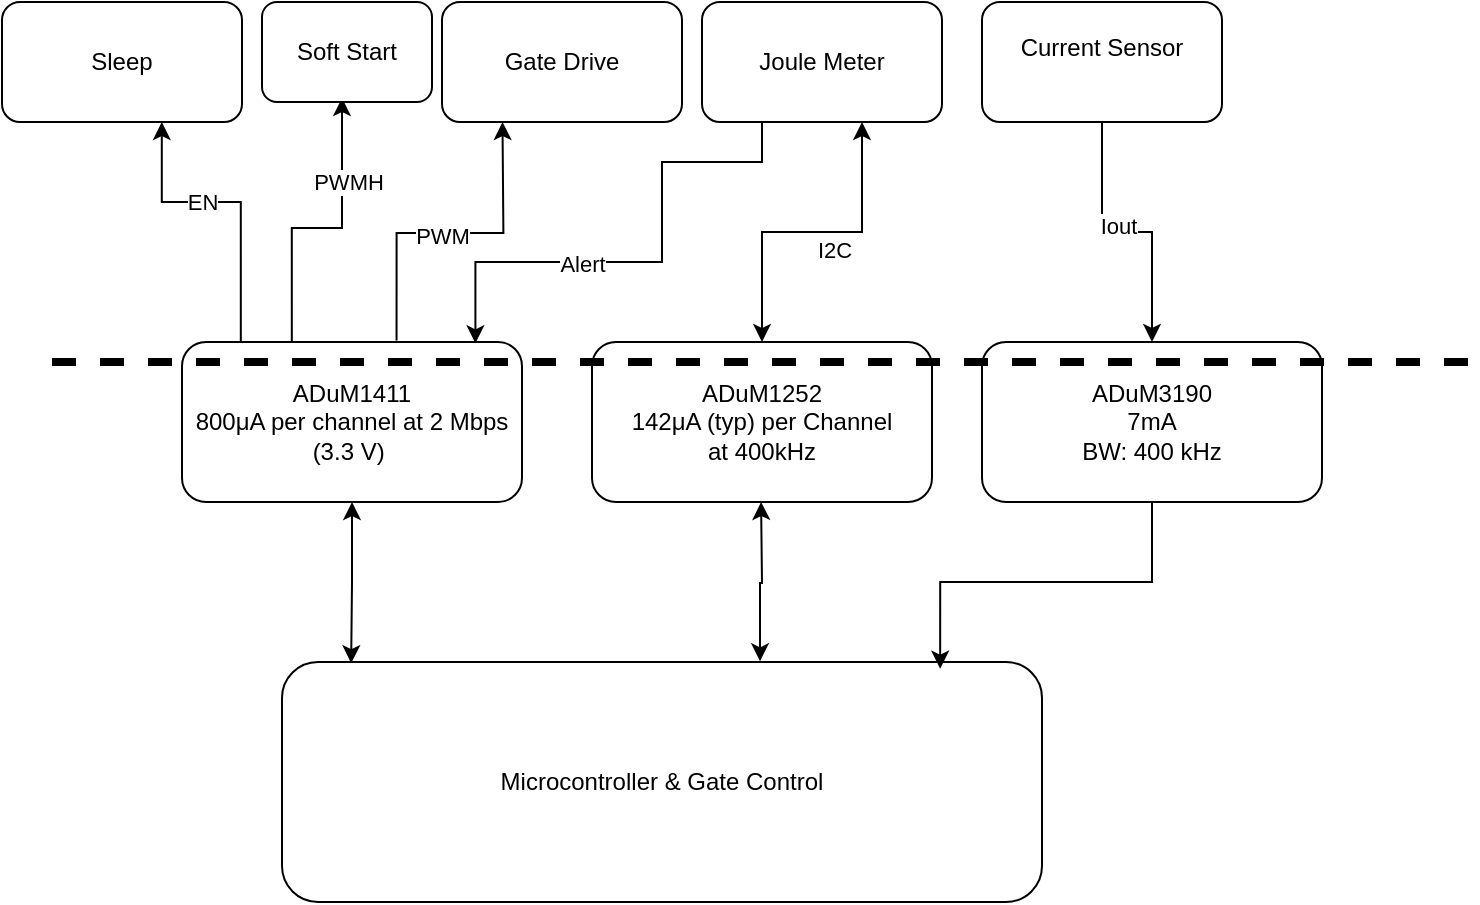
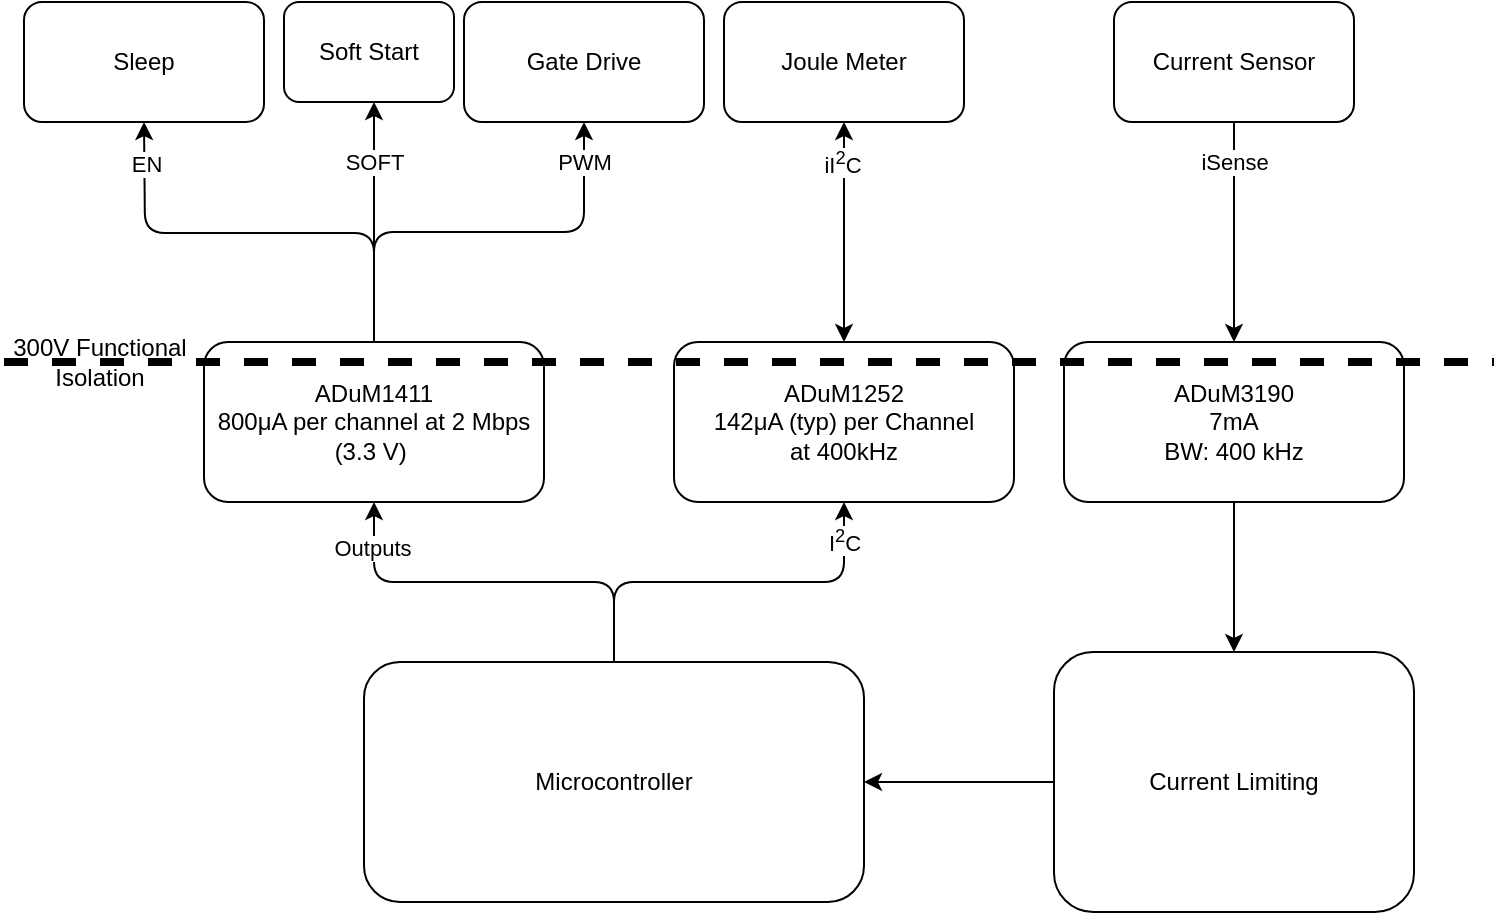
- <mxfile host="Electron" agent="Mozilla/5.0 (Windows NT 10.0; Win64; x64) AppleWebKit/537.36 (KHTML, like Gecko) draw.io/29.0.3 Chrome/140.0.7339.249 Electron/38.7.0 Safari/537.36" version="29.0.3">
+ <mxfile host="Electron" agent="Mozilla/5.0 (Windows NT 10.0; Win64; x64) AppleWebKit/537.36 (KHTML, like Gecko) draw.io/29.3.0 Chrome/140.0.7339.249 Electron/38.7.2 Safari/537.36" version="29.3.0">
  <diagram name="Page-1" id="d5h94j7oxQUs26A81DKD">
-     <mxGraphModel dx="1426" dy="883" grid="1" gridSize="10" guides="1" tooltips="1" connect="1" arrows="1" fold="1" page="1" pageScale="1" pageWidth="827" pageHeight="1169" math="0" shadow="0">
+     <mxGraphModel dx="2253" dy="849" grid="1" gridSize="10" guides="1" tooltips="1" connect="1" arrows="1" fold="1" page="1" pageScale="1" pageWidth="827" pageHeight="1169" math="0" shadow="0">
      <root>
        <mxCell id="0" />
        <mxCell id="1" parent="0" />
-         <mxCell id="Bap70pfjqkTkLz9fhn7Z-5" style="edgeStyle=orthogonalEdgeStyle;rounded=0;orthogonalLoop=1;jettySize=auto;html=1;startArrow=classic;startFill=1;endArrow=none;endFill=0;entryX=0.323;entryY=0.025;entryDx=0;entryDy=0;entryPerimeter=0;" parent="1" edge="1">
-           <mxGeometry relative="1" as="geometry">
-             <mxPoint x="154.90999999999997" y="280" as="targetPoint" />
-             <mxPoint x="180" y="158" as="sourcePoint" />
-             <Array as="points">
-               <mxPoint x="180" y="223" />
-               <mxPoint x="155" y="223" />
-             </Array>
+         <mxCell id="Bap70pfjqkTkLz9fhn7Z-1" parent="1" style="rounded=1;whiteSpace=wrap;html=1;" value="Gate Drive" vertex="1">
+           <mxGeometry height="60" width="120" x="230" y="110" as="geometry" />
+         </mxCell>
+         <mxCell id="Bap70pfjqkTkLz9fhn7Z-2" parent="1" style="rounded=1;whiteSpace=wrap;html=1;" value="Joule Meter" vertex="1">
+           <mxGeometry height="60" width="120" x="360" y="110" as="geometry" />
+         </mxCell>
+         <mxCell id="Z7SH0lhjaOZIUjsoZ9Or-9" edge="1" parent="1" source="Bap70pfjqkTkLz9fhn7Z-3" style="edgeStyle=orthogonalEdgeStyle;rounded=0;orthogonalLoop=1;jettySize=auto;html=1;" target="Bap70pfjqkTkLz9fhn7Z-26">
+           <mxGeometry relative="1" as="geometry" />
+         </mxCell>
+         <mxCell id="Z7SH0lhjaOZIUjsoZ9Or-17" connectable="0" parent="Z7SH0lhjaOZIUjsoZ9Or-9" style="edgeLabel;html=1;align=center;verticalAlign=middle;resizable=0;points=[];" value="iSense" vertex="1">
+           <mxGeometry relative="1" x="-0.6436" as="geometry">
+             <mxPoint as="offset" />
          </mxGeometry>
        </mxCell>
-         <mxCell id="Bap70pfjqkTkLz9fhn7Z-7" value="PWMH" style="edgeLabel;html=1;align=center;verticalAlign=middle;resizable=0;points=[];" parent="Bap70pfjqkTkLz9fhn7Z-5" vertex="1" connectable="0">
-           <mxGeometry x="0.1031" y="1" relative="1" as="geometry">
-             <mxPoint x="19" y="-24" as="offset" />
+         <mxCell id="Bap70pfjqkTkLz9fhn7Z-3" parent="1" style="rounded=1;whiteSpace=wrap;html=1;" value="Current Sensor" vertex="1">
+           <mxGeometry height="60" width="120" x="555" y="110" as="geometry" />
+         </mxCell>
+         <mxCell id="Bap70pfjqkTkLz9fhn7Z-11" parent="1" style="rounded=1;whiteSpace=wrap;html=1;" value="Sleep" vertex="1">
+           <mxGeometry height="60" width="120" x="10" y="110" as="geometry" />
+         </mxCell>
+         <mxCell id="Z7SH0lhjaOZIUjsoZ9Or-1" edge="1" parent="1" source="Bap70pfjqkTkLz9fhn7Z-16" style="edgeStyle=orthogonalEdgeStyle;rounded=1;orthogonalLoop=1;jettySize=auto;html=1;exitX=0.5;exitY=0;exitDx=0;exitDy=0;curved=0;">
+           <mxGeometry relative="1" as="geometry">
+             <mxPoint x="70" y="170" as="targetPoint" />
          </mxGeometry>
        </mxCell>
-         <mxCell id="Bap70pfjqkTkLz9fhn7Z-1" value="Gate Drive" style="rounded=1;whiteSpace=wrap;html=1;" parent="1" vertex="1">
-           <mxGeometry x="230" y="110" width="120" height="60" as="geometry" />
-         </mxCell>
-         <mxCell id="Bap70pfjqkTkLz9fhn7Z-2" value="Joule Meter" style="rounded=1;whiteSpace=wrap;html=1;" parent="1" vertex="1">
-           <mxGeometry x="360" y="110" width="120" height="60" as="geometry" />
-         </mxCell>
-         <mxCell id="Bap70pfjqkTkLz9fhn7Z-14" style="edgeStyle=orthogonalEdgeStyle;rounded=0;orthogonalLoop=1;jettySize=auto;html=1;entryX=0.5;entryY=0;entryDx=0;entryDy=0;" parent="1" source="Bap70pfjqkTkLz9fhn7Z-3" target="Bap70pfjqkTkLz9fhn7Z-26" edge="1">
-           <mxGeometry relative="1" as="geometry">
-             <mxPoint x="560" y="240" as="targetPoint" />
+         <mxCell id="Z7SH0lhjaOZIUjsoZ9Or-14" connectable="0" parent="Z7SH0lhjaOZIUjsoZ9Or-1" style="edgeLabel;html=1;align=center;verticalAlign=middle;resizable=0;points=[];" value="EN" vertex="1">
+           <mxGeometry relative="1" x="0.8176" y="-1" as="geometry">
+             <mxPoint as="offset" />
          </mxGeometry>
        </mxCell>
-         <mxCell id="Bap70pfjqkTkLz9fhn7Z-15" value="Iout" style="edgeLabel;html=1;align=center;verticalAlign=middle;resizable=0;points=[];" parent="Bap70pfjqkTkLz9fhn7Z-14" vertex="1" connectable="0">
-           <mxGeometry x="-0.0256" y="3" relative="1" as="geometry">
-             <mxPoint x="-3" as="offset" />
+         <mxCell id="Z7SH0lhjaOZIUjsoZ9Or-2" edge="1" parent="1" source="Bap70pfjqkTkLz9fhn7Z-16" style="edgeStyle=orthogonalEdgeStyle;rounded=1;orthogonalLoop=1;jettySize=auto;html=1;curved=0;">
+           <mxGeometry relative="1" as="geometry">
+             <mxPoint x="185" y="160" as="targetPoint" />
          </mxGeometry>
        </mxCell>
-         <mxCell id="Bap70pfjqkTkLz9fhn7Z-3" value="Current Sensor&lt;div&gt;&lt;br&gt;&lt;/div&gt;" style="rounded=1;whiteSpace=wrap;html=1;" parent="1" vertex="1">
-           <mxGeometry x="500" y="110" width="120" height="60" as="geometry" />
-         </mxCell>
-         <mxCell id="Bap70pfjqkTkLz9fhn7Z-6" style="edgeStyle=orthogonalEdgeStyle;rounded=0;orthogonalLoop=1;jettySize=auto;html=1;exitX=0.25;exitY=1;exitDx=0;exitDy=0;startArrow=classic;startFill=1;endArrow=none;endFill=0;entryX=0.631;entryY=-0.009;entryDx=0;entryDy=0;entryPerimeter=0;" parent="1" target="Bap70pfjqkTkLz9fhn7Z-16" edge="1">
-           <mxGeometry relative="1" as="geometry">
-             <mxPoint x="260" y="240" as="targetPoint" />
-             <mxPoint x="260.2413793103449" y="170" as="sourcePoint" />
+         <mxCell id="Z7SH0lhjaOZIUjsoZ9Or-15" connectable="0" parent="Z7SH0lhjaOZIUjsoZ9Or-2" style="edgeLabel;html=1;align=center;verticalAlign=middle;resizable=0;points=[];" value="SOFT" vertex="1">
+           <mxGeometry relative="1" x="0.5872" y="1" as="geometry">
+             <mxPoint x="1" y="5" as="offset" />
          </mxGeometry>
        </mxCell>
-         <mxCell id="Bap70pfjqkTkLz9fhn7Z-8" value="PWM" style="edgeLabel;html=1;align=center;verticalAlign=middle;resizable=0;points=[];" parent="Bap70pfjqkTkLz9fhn7Z-6" vertex="1" connectable="0">
-           <mxGeometry x="-0.1386" y="-1" relative="1" as="geometry">
-             <mxPoint x="-16" y="2" as="offset" />
+         <mxCell id="Z7SH0lhjaOZIUjsoZ9Or-3" edge="1" parent="1" source="Bap70pfjqkTkLz9fhn7Z-16" style="edgeStyle=orthogonalEdgeStyle;rounded=1;orthogonalLoop=1;jettySize=auto;html=1;entryX=0.5;entryY=1;entryDx=0;entryDy=0;curved=0;" target="Bap70pfjqkTkLz9fhn7Z-1">
+           <mxGeometry relative="1" as="geometry" />
+         </mxCell>
+         <mxCell id="Z7SH0lhjaOZIUjsoZ9Or-16" connectable="0" parent="Z7SH0lhjaOZIUjsoZ9Or-3" style="edgeLabel;html=1;align=center;verticalAlign=middle;resizable=0;points=[];" value="PWM" vertex="1">
+           <mxGeometry relative="1" x="0.8177" as="geometry">
+             <mxPoint as="offset" />
          </mxGeometry>
        </mxCell>
-         <mxCell id="Bap70pfjqkTkLz9fhn7Z-9" style="edgeStyle=orthogonalEdgeStyle;rounded=0;orthogonalLoop=1;jettySize=auto;html=1;startArrow=classic;startFill=1;endArrow=classic;endFill=1;entryX=0.5;entryY=0;entryDx=0;entryDy=0;" parent="1" target="Bap70pfjqkTkLz9fhn7Z-19" edge="1">
-           <mxGeometry relative="1" as="geometry">
-             <mxPoint x="389.65999999999997" y="240" as="targetPoint" />
-             <mxPoint x="440" y="170" as="sourcePoint" />
-             <Array as="points">
-               <mxPoint x="440" y="225" />
-               <mxPoint x="390" y="225" />
-             </Array>
+         <mxCell id="Bap70pfjqkTkLz9fhn7Z-16" parent="1" style="rounded=1;whiteSpace=wrap;html=1;" value="ADuM1411&lt;br&gt;&lt;div&gt;800&lt;span style=&quot;background-color: transparent; color: light-dark(rgb(0, 0, 0), rgb(255, 255, 255));&quot;&gt;μ&lt;/span&gt;&lt;span style=&quot;background-color: transparent; color: light-dark(rgb(0, 0, 0), rgb(255, 255, 255));&quot;&gt;A per channel at 2 Mbps (3.3 V)&amp;nbsp;&lt;/span&gt;&lt;/div&gt;" vertex="1">
+           <mxGeometry height="80" width="170" x="100" y="280" as="geometry" />
+         </mxCell>
+         <mxCell id="Z7SH0lhjaOZIUjsoZ9Or-5" edge="1" parent="1" source="Bap70pfjqkTkLz9fhn7Z-19" style="edgeStyle=orthogonalEdgeStyle;rounded=0;orthogonalLoop=1;jettySize=auto;html=1;entryX=0.5;entryY=1;entryDx=0;entryDy=0;startArrow=classic;startFill=1;" target="Bap70pfjqkTkLz9fhn7Z-2">
+           <mxGeometry relative="1" as="geometry" />
+         </mxCell>
+         <mxCell id="Z7SH0lhjaOZIUjsoZ9Or-18" connectable="0" parent="Z7SH0lhjaOZIUjsoZ9Or-5" style="edgeLabel;html=1;align=center;verticalAlign=middle;resizable=0;points=[];" value="iI&lt;sup&gt;2&lt;/sup&gt;C" vertex="1">
+           <mxGeometry relative="1" x="0.6364" y="1" as="geometry">
+             <mxPoint as="offset" />
          </mxGeometry>
        </mxCell>
-         <mxCell id="Bap70pfjqkTkLz9fhn7Z-10" value="I2C" style="edgeLabel;html=1;align=center;verticalAlign=middle;resizable=0;points=[];" parent="Bap70pfjqkTkLz9fhn7Z-9" vertex="1" connectable="0">
-           <mxGeometry x="-0.1386" y="-1" relative="1" as="geometry">
-             <mxPoint y="10" as="offset" />
+         <mxCell id="Bap70pfjqkTkLz9fhn7Z-19" parent="1" style="rounded=1;whiteSpace=wrap;html=1;" value="&lt;span style=&quot;color: rgba(0, 0, 0, 0); font-family: monospace; font-size: 0px; text-align: start; text-wrap-mode: nowrap;&quot;&gt;ADuM1252ss&lt;/span&gt;" vertex="1">
+           <mxGeometry height="80" width="170" x="335" y="280" as="geometry" />
+         </mxCell>
+         <mxCell id="Bap70pfjqkTkLz9fhn7Z-22" parent="1" style="text;html=1;whiteSpace=wrap;strokeColor=none;fillColor=none;align=center;verticalAlign=middle;rounded=0;" value="ADuM1252&lt;br&gt;142μA (typ) per Channel at 400kHz" vertex="1">
+           <mxGeometry height="50" width="140" x="350" y="295" as="geometry" />
+         </mxCell>
+         <mxCell id="Z7SH0lhjaOZIUjsoZ9Or-6" edge="1" parent="1" source="Bap70pfjqkTkLz9fhn7Z-24" style="edgeStyle=orthogonalEdgeStyle;rounded=1;orthogonalLoop=1;jettySize=auto;html=1;entryX=0.5;entryY=1;entryDx=0;entryDy=0;curved=0;" target="Bap70pfjqkTkLz9fhn7Z-16">
+           <mxGeometry relative="1" as="geometry" />
+         </mxCell>
+         <mxCell id="Z7SH0lhjaOZIUjsoZ9Or-20" connectable="0" parent="Z7SH0lhjaOZIUjsoZ9Or-6" style="edgeLabel;html=1;align=center;verticalAlign=middle;resizable=0;points=[];" value="Outputs" vertex="1">
+           <mxGeometry relative="1" x="0.768" y="1" as="geometry">
+             <mxPoint as="offset" />
          </mxGeometry>
        </mxCell>
-         <mxCell id="Bap70pfjqkTkLz9fhn7Z-11" value="Sleep" style="rounded=1;whiteSpace=wrap;html=1;" parent="1" vertex="1">
-           <mxGeometry x="10" y="110" width="120" height="60" as="geometry" />
+         <mxCell id="Z7SH0lhjaOZIUjsoZ9Or-8" edge="1" parent="1" source="Bap70pfjqkTkLz9fhn7Z-24" style="edgeStyle=orthogonalEdgeStyle;rounded=1;orthogonalLoop=1;jettySize=auto;html=1;entryX=0.5;entryY=1;entryDx=0;entryDy=0;curved=0;" target="Bap70pfjqkTkLz9fhn7Z-19">
+           <mxGeometry relative="1" as="geometry" />
        </mxCell>
-         <mxCell id="Bap70pfjqkTkLz9fhn7Z-12" style="edgeStyle=orthogonalEdgeStyle;rounded=0;orthogonalLoop=1;jettySize=auto;html=1;exitX=0.25;exitY=1;exitDx=0;exitDy=0;startArrow=classic;startFill=1;endArrow=none;endFill=0;entryX=0.173;entryY=0;entryDx=0;entryDy=0;entryPerimeter=0;" parent="1" target="Bap70pfjqkTkLz9fhn7Z-16" edge="1">
-           <mxGeometry relative="1" as="geometry">
-             <mxPoint x="89.66" y="240" as="targetPoint" />
-             <mxPoint x="89.90137931034488" y="170" as="sourcePoint" />
-             <Array as="points">
-               <mxPoint x="90" y="210" />
-               <mxPoint x="129" y="210" />
-             </Array>
+         <mxCell id="Z7SH0lhjaOZIUjsoZ9Or-19" connectable="0" parent="Z7SH0lhjaOZIUjsoZ9Or-8" style="edgeLabel;html=1;align=center;verticalAlign=middle;resizable=0;points=[];" value="I&lt;sup&gt;2&lt;/sup&gt;C" vertex="1">
+           <mxGeometry relative="1" x="0.8031" y="1" as="geometry">
+             <mxPoint x="1" as="offset" />
          </mxGeometry>
        </mxCell>
-         <mxCell id="Bap70pfjqkTkLz9fhn7Z-13" value="&lt;span style=&quot;background-color: light-dark(#ffffff, var(--ge-dark-color, #121212)); color: light-dark(rgb(0, 0, 0), rgb(255, 255, 255));&quot;&gt;EN&lt;/span&gt;" style="edgeLabel;html=1;align=center;verticalAlign=middle;resizable=0;points=[];" parent="Bap70pfjqkTkLz9fhn7Z-12" vertex="1" connectable="0">
-           <mxGeometry x="-0.1386" y="-1" relative="1" as="geometry">
-             <mxPoint x="-5" y="-1" as="offset" />
-           </mxGeometry>
+         <mxCell id="Bap70pfjqkTkLz9fhn7Z-24" parent="1" style="rounded=1;whiteSpace=wrap;html=1;" value="Microcontroller" vertex="1">
+           <mxGeometry height="120" width="250" x="180" y="440" as="geometry" />
        </mxCell>
-         <mxCell id="Bap70pfjqkTkLz9fhn7Z-23" style="edgeStyle=orthogonalEdgeStyle;rounded=0;orthogonalLoop=1;jettySize=auto;html=1;exitX=0.5;exitY=1;exitDx=0;exitDy=0;startArrow=classic;startFill=1;entryX=0.091;entryY=0.005;entryDx=0;entryDy=0;entryPerimeter=0;" parent="1" source="Bap70pfjqkTkLz9fhn7Z-16" target="Bap70pfjqkTkLz9fhn7Z-24" edge="1">
-           <mxGeometry relative="1" as="geometry">
-             <mxPoint x="185" y="440" as="targetPoint" />
-           </mxGeometry>
-         </mxCell>
-         <mxCell id="Bap70pfjqkTkLz9fhn7Z-16" value="ADuM1411&lt;br&gt;&lt;div&gt;800&lt;span style=&quot;background-color: transparent; color: light-dark(rgb(0, 0, 0), rgb(255, 255, 255));&quot;&gt;μ&lt;/span&gt;&lt;span style=&quot;background-color: transparent; color: light-dark(rgb(0, 0, 0), rgb(255, 255, 255));&quot;&gt;A per channel at 2 Mbps (3.3 V)&amp;nbsp;&lt;/span&gt;&lt;/div&gt;" style="rounded=1;whiteSpace=wrap;html=1;" parent="1" vertex="1">
-           <mxGeometry x="100" y="280" width="170" height="80" as="geometry" />
-         </mxCell>
-         <mxCell id="Bap70pfjqkTkLz9fhn7Z-17" style="edgeStyle=orthogonalEdgeStyle;rounded=0;orthogonalLoop=1;jettySize=auto;html=1;exitX=0.25;exitY=1;exitDx=0;exitDy=0;entryX=0.863;entryY=0.008;entryDx=0;entryDy=0;entryPerimeter=0;" parent="1" source="Bap70pfjqkTkLz9fhn7Z-2" target="Bap70pfjqkTkLz9fhn7Z-16" edge="1">
-           <mxGeometry relative="1" as="geometry">
-             <Array as="points">
-               <mxPoint x="390" y="190" />
-               <mxPoint x="340" y="190" />
-               <mxPoint x="340" y="240" />
-               <mxPoint x="247" y="240" />
-             </Array>
-           </mxGeometry>
-         </mxCell>
-         <mxCell id="Bap70pfjqkTkLz9fhn7Z-18" value="Alert" style="edgeLabel;html=1;align=center;verticalAlign=middle;resizable=0;points=[];" parent="Bap70pfjqkTkLz9fhn7Z-17" vertex="1" connectable="0">
-           <mxGeometry x="-0.0888" y="3" relative="1" as="geometry">
-             <mxPoint x="-43" y="5" as="offset" />
-           </mxGeometry>
-         </mxCell>
-         <mxCell id="Bap70pfjqkTkLz9fhn7Z-19" value="&lt;span style=&quot;color: rgba(0, 0, 0, 0); font-family: monospace; font-size: 0px; text-align: start; text-wrap-mode: nowrap;&quot;&gt;ADuM1252ss&lt;/span&gt;" style="rounded=1;whiteSpace=wrap;html=1;" parent="1" vertex="1">
-           <mxGeometry x="305" y="280" width="170" height="80" as="geometry" />
-         </mxCell>
-         <mxCell id="Bap70pfjqkTkLz9fhn7Z-22" value="ADuM1252&lt;br&gt;142μA (typ) per Channel at 400kHz" style="text;html=1;whiteSpace=wrap;strokeColor=none;fillColor=none;align=center;verticalAlign=middle;rounded=0;" parent="1" vertex="1">
-           <mxGeometry x="320" y="295" width="140" height="50" as="geometry" />
-         </mxCell>
-         <mxCell id="Bap70pfjqkTkLz9fhn7Z-24" value="Microcontroller &amp;amp; Gate Control" style="rounded=1;whiteSpace=wrap;html=1;" parent="1" vertex="1">
-           <mxGeometry x="150" y="440" width="380" height="120" as="geometry" />
-         </mxCell>
-         <mxCell id="Bap70pfjqkTkLz9fhn7Z-25" style="edgeStyle=orthogonalEdgeStyle;rounded=0;orthogonalLoop=1;jettySize=auto;html=1;exitX=0.5;exitY=1;exitDx=0;exitDy=0;entryX=0.629;entryY=-0.003;entryDx=0;entryDy=0;entryPerimeter=0;startArrow=classic;startFill=1;" parent="1" target="Bap70pfjqkTkLz9fhn7Z-24" edge="1">
-           <mxGeometry relative="1" as="geometry">
-             <mxPoint x="389.54" y="360" as="sourcePoint" />
-             <mxPoint x="390.46" y="440.6" as="targetPoint" />
-           </mxGeometry>
-         </mxCell>
-         <mxCell id="Bap70pfjqkTkLz9fhn7Z-26" value="&lt;span style=&quot;color: rgba(0, 0, 0, 0); font-family: monospace; font-size: 0px; text-align: start; text-wrap-mode: nowrap;&quot;&gt;ADuM1252ss&lt;/span&gt;" style="rounded=1;whiteSpace=wrap;html=1;" parent="1" vertex="1">
-           <mxGeometry x="500" y="280" width="170" height="80" as="geometry" />
-         </mxCell>
-         <mxCell id="Bap70pfjqkTkLz9fhn7Z-27" value="ADuM3190&lt;br&gt;7mA&lt;div&gt;BW: 400 kHz&lt;/div&gt;" style="text;html=1;whiteSpace=wrap;strokeColor=none;fillColor=none;align=center;verticalAlign=middle;rounded=0;" parent="1" vertex="1">
-           <mxGeometry x="515" y="295" width="140" height="50" as="geometry" />
-         </mxCell>
-         <mxCell id="Bap70pfjqkTkLz9fhn7Z-30" style="edgeStyle=orthogonalEdgeStyle;rounded=0;orthogonalLoop=1;jettySize=auto;html=1;exitX=0.5;exitY=1;exitDx=0;exitDy=0;entryX=0.866;entryY=0.028;entryDx=0;entryDy=0;entryPerimeter=0;" parent="1" source="Bap70pfjqkTkLz9fhn7Z-26" target="Bap70pfjqkTkLz9fhn7Z-24" edge="1">
+         <mxCell id="Z7SH0lhjaOZIUjsoZ9Or-11" edge="1" parent="1" source="Bap70pfjqkTkLz9fhn7Z-26" style="edgeStyle=orthogonalEdgeStyle;rounded=0;orthogonalLoop=1;jettySize=auto;html=1;exitX=0.5;exitY=1;exitDx=0;exitDy=0;" target="Z7SH0lhjaOZIUjsoZ9Or-10">
          <mxGeometry relative="1" as="geometry" />
        </mxCell>
-         <mxCell id="Bap70pfjqkTkLz9fhn7Z-31" value="" style="endArrow=none;dashed=1;html=1;rounded=0;strokeWidth=4;" parent="1" edge="1">
-           <mxGeometry width="50" height="50" relative="1" as="geometry">
-             <mxPoint x="35" y="290" as="sourcePoint" />
+         <mxCell id="Bap70pfjqkTkLz9fhn7Z-26" parent="1" style="rounded=1;whiteSpace=wrap;html=1;" value="&lt;span style=&quot;color: rgba(0, 0, 0, 0); font-family: monospace; font-size: 0px; text-align: start; text-wrap-mode: nowrap;&quot;&gt;ADuM1252ss&lt;/span&gt;" vertex="1">
+           <mxGeometry height="80" width="170" x="530" y="280" as="geometry" />
+         </mxCell>
+         <mxCell id="Bap70pfjqkTkLz9fhn7Z-27" parent="1" style="text;html=1;whiteSpace=wrap;strokeColor=none;fillColor=none;align=center;verticalAlign=middle;rounded=0;" value="ADuM3190&lt;br&gt;7mA&lt;div&gt;BW: 400 kHz&lt;/div&gt;" vertex="1">
+           <mxGeometry height="50" width="140" x="545" y="295" as="geometry" />
+         </mxCell>
+         <mxCell id="Bap70pfjqkTkLz9fhn7Z-31" edge="1" parent="1" style="endArrow=none;dashed=1;html=1;rounded=0;strokeWidth=4;" value="">
+           <mxGeometry height="50" relative="1" width="50" as="geometry">
+             <mxPoint y="290" as="sourcePoint" />
            <mxPoint x="745" y="290" as="targetPoint" />
          </mxGeometry>
        </mxCell>
-         <mxCell id="twjZ6GX2Ig3jUD68tSdU-2" value="Soft Start" style="rounded=1;whiteSpace=wrap;html=1;" parent="1" vertex="1">
-           <mxGeometry x="140" y="110" width="85" height="50" as="geometry" />
+         <mxCell id="twjZ6GX2Ig3jUD68tSdU-2" parent="1" style="rounded=1;whiteSpace=wrap;html=1;" value="Soft Start" vertex="1">
+           <mxGeometry height="50" width="85" x="140" y="110" as="geometry" />
+         </mxCell>
+         <mxCell id="Z7SH0lhjaOZIUjsoZ9Or-12" edge="1" parent="1" source="Z7SH0lhjaOZIUjsoZ9Or-10" style="edgeStyle=orthogonalEdgeStyle;rounded=0;orthogonalLoop=1;jettySize=auto;html=1;entryX=1;entryY=0.5;entryDx=0;entryDy=0;" target="Bap70pfjqkTkLz9fhn7Z-24">
+           <mxGeometry relative="1" as="geometry" />
+         </mxCell>
+         <mxCell id="Z7SH0lhjaOZIUjsoZ9Or-10" parent="1" style="rounded=1;whiteSpace=wrap;html=1;" value="Current Limiting" vertex="1">
+           <mxGeometry height="130" width="180" x="525" y="435" as="geometry" />
+         </mxCell>
+         <mxCell id="Z7SH0lhjaOZIUjsoZ9Or-13" parent="1" style="text;html=1;whiteSpace=wrap;strokeColor=none;fillColor=none;align=center;verticalAlign=middle;rounded=0;" value="300V Functional Isolation" vertex="1">
+           <mxGeometry height="30" width="100" x="-2" y="275" as="geometry" />
        </mxCell>
      </root>
    </mxGraphModel>
  </diagram>
</mxfile>
